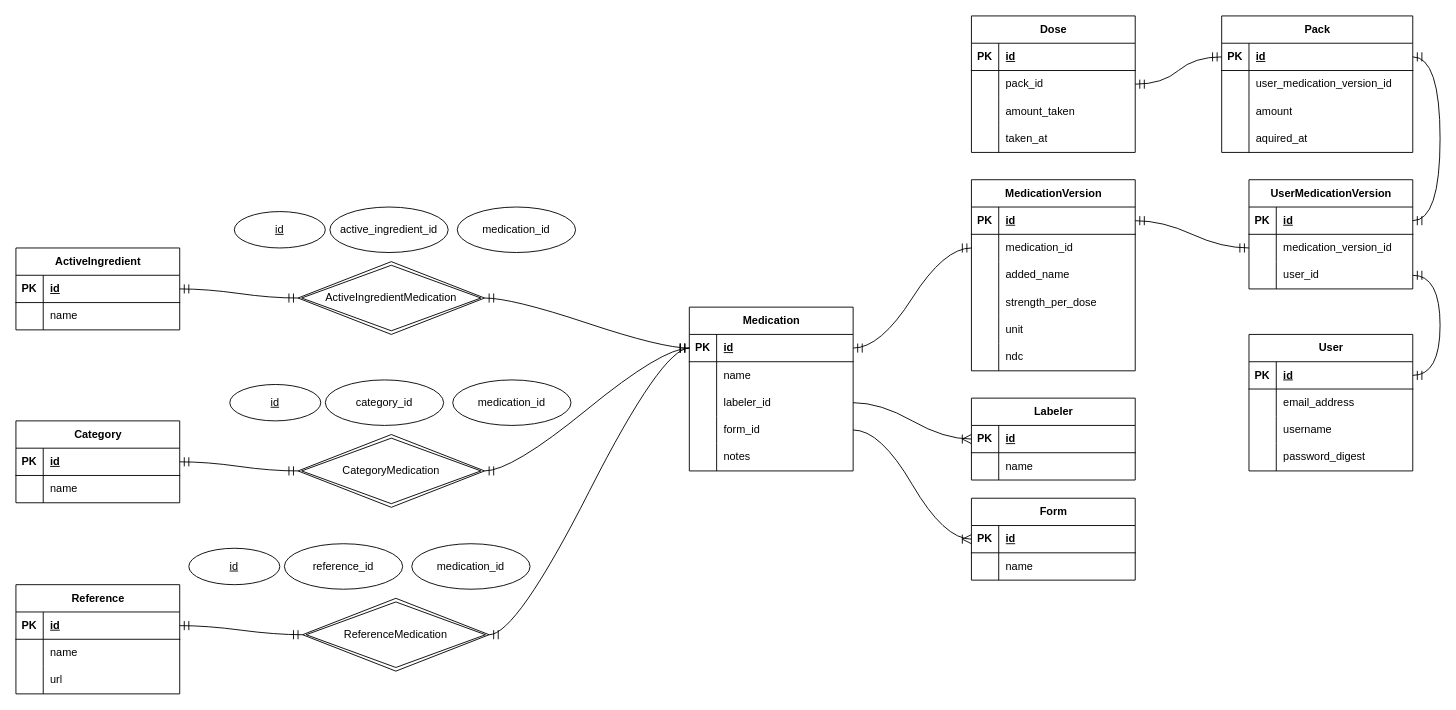
Earlier version of the draw.io diagram public/dev/FemMed.drawio (pawbies/femmed). Source tidied: cells renumbered, new cells numbered last; positions are measured from the earlier drawing's top-left corner, leaving out a move shared by most shapes. Both pictures are drawn from the tidied source at 91%, with x=0, y=0 at pixel (15, 15).
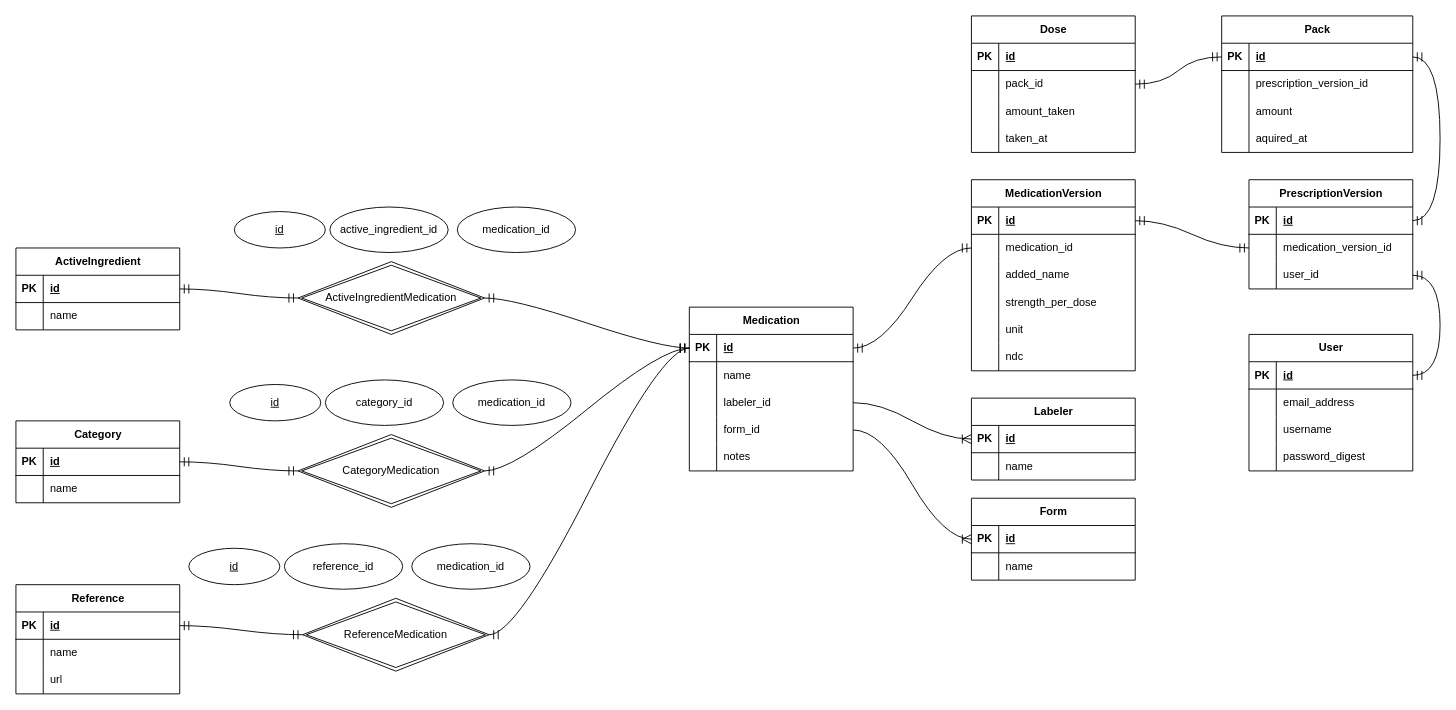
Above is the later version.

Unchanged cells that the change refers to:
```xml
<mxCell id="114" style="shape=tableRow;horizontal=0;startSize=0;swimlaneHead=0;swimlaneBody=0;fillColor=none;top=0;left=0;right=0;bottom=0;" parent="110" vertex="1">
  <mxGeometry y="60" width="210" height="30" as="geometry" />
</mxCell>
```

The edit, as a diff of the source:
```diff
@@
-    <mxCell id="116" value="user_medication_version_id" style="shape=partialRectangle;fillColor=none;top=0;left=0;bottom=0;right=0;align=left;spacingLeft=6;overflow=hidden;whiteSpace=wrap;html=1;" parent="114" vertex="1">
+    <mxCell id="116" value="prescription_version_id" style="shape=partialRectangle;fillColor=none;top=0;left=0;bottom=0;right=0;align=left;spacingLeft=6;overflow=hidden;whiteSpace=wrap;html=1;" parent="114" vertex="1">
       <mxGeometry x="30" width="180" height="30" as="geometry" />
     </mxCell>
@@
-    <mxCell id="124" value="UserMedicationVersion" style="shape=table;startSize=30;childLayout=tableLayout;rowLines=0;fontStyle=1;align=center;html=1;" parent="1" vertex="1">
+    <mxCell id="124" value="PrescriptionVersion" style="shape=table;startSize=30;childLayout=tableLayout;rowLines=0;fontStyle=1;align=center;html=1;" parent="1" vertex="1">
       <mxGeometry x="1355" y="180" width="180" height="120" as="geometry" />
     </mxCell>
```
